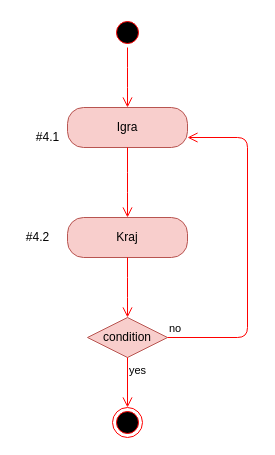
andjelapehar/Covjece-ne-ljuti-se keeps this draw.io diagram as page "Activity:Kraj igre" (6 of 6) of dijagram.drawio. Above is the earlier version. Source tidied: cells renumbered, new cells numbered last; positions are measured from the earlier drawing's top-left corner, leaving out a move shared by most shapes. Both pictures are drawn from the tidied source at 100%, with x=0, y=0 at pixel (17, 17).
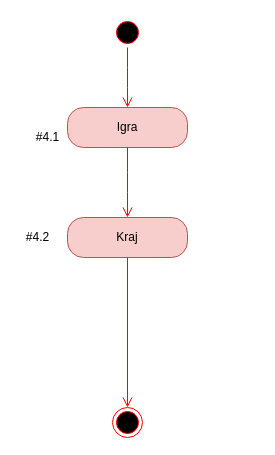
The same diagram, later.

The edit, as a diff of the source:
```diff
@@
 <mxGraphModel>
   <root>
     <mxCell id="0" />
     <mxCell id="1" parent="0" />
     <mxCell id="2" style="ellipse;html=1;shape=startState;fillColor=#000000;strokeColor=#ff0000;" parent="1" vertex="1">
       <mxGeometry x="95" width="30" height="30" as="geometry" />
     </mxCell>
     <mxCell id="3" style="edgeStyle=orthogonalEdgeStyle;html=1;verticalAlign=bottom;endArrow=open;endSize=8;strokeColor=#ff0000;" parent="1" edge="1" source="2">
       <mxGeometry relative="1" as="geometry">
         <mxPoint x="110" y="90" as="targetPoint" />
       </mxGeometry>
     </mxCell>
     <mxCell id="4" value="Igra" style="rounded=1;whiteSpace=wrap;html=1;arcSize=40;fillColor=#f8cecc;strokeColor=#b85450;" parent="1" vertex="1">
       <mxGeometry x="50" y="90" width="120" height="40" as="geometry" />
     </mxCell>
     <mxCell id="5" style="edgeStyle=orthogonalEdgeStyle;html=1;verticalAlign=bottom;endArrow=open;endSize=8;strokeColor=#ff0000;" parent="1" edge="1" source="4">
       <mxGeometry relative="1" as="geometry">
         <mxPoint x="110" y="200" as="targetPoint" />
       </mxGeometry>
     </mxCell>
     <mxCell id="6" style="ellipse;html=1;shape=endState;fillColor=#000000;strokeColor=#ff0000;" parent="1" vertex="1">
       <mxGeometry x="95" y="390" width="30" height="30" as="geometry" />
     </mxCell>
-    <mxCell id="7" value="condition" style="rhombus;whiteSpace=wrap;html=1;fillColor=#f8cecc;strokeColor=#b85450;" parent="1" vertex="1">
-      <mxGeometry x="70" y="300" width="80" height="40" as="geometry" />
-    </mxCell>
-    <mxCell id="8" value="no" style="edgeStyle=orthogonalEdgeStyle;html=1;align=left;verticalAlign=bottom;endArrow=open;endSize=8;strokeColor=#ff0000;entryX=1;entryY=0.75;entryDx=0;entryDy=0;" parent="1" edge="1" source="7" target="4">
-      <mxGeometry x="-1" relative="1" as="geometry">
-        <Array as="points">
-          <mxPoint x="230" y="320" />
-          <mxPoint x="230" y="120" />
-        </Array>
-      </mxGeometry>
-    </mxCell>
-    <mxCell id="9" value="yes" style="edgeStyle=orthogonalEdgeStyle;html=1;align=left;verticalAlign=top;endArrow=open;endSize=8;strokeColor=#ff0000;entryX=0.5;entryY=0;entryDx=0;entryDy=0;" parent="1" edge="1" source="7" target="6">
-      <mxGeometry x="-1" relative="1" as="geometry" />
-    </mxCell>
     <mxCell id="10" value="Kraj" style="rounded=1;whiteSpace=wrap;html=1;arcSize=40;fillColor=#f8cecc;strokeColor=#b85450;" parent="1" vertex="1">
       <mxGeometry x="50" y="200" width="120" height="40" as="geometry" />
     </mxCell>
-    <mxCell id="11" style="edgeStyle=orthogonalEdgeStyle;html=1;verticalAlign=bottom;endArrow=open;endSize=8;strokeColor=#ff0000;" parent="1" edge="1" source="10">
-      <mxGeometry relative="1" as="geometry">
-        <mxPoint x="110" y="300" as="targetPoint" />
-      </mxGeometry>
+    <mxCell id="11" style="edgeStyle=orthogonalEdgeStyle;html=1;verticalAlign=bottom;endArrow=open;endSize=8;strokeColor=#ff0000;entryX=0.5;entryY=0;entryDx=0;entryDy=0;" parent="1" edge="1" source="10" target="6">
+      <mxGeometry relative="1" as="geometry" />
     </mxCell>
     <mxCell id="12" value="#4.1" style="text;html=1;align=center;verticalAlign=middle;" parent="1" vertex="1">
       <mxGeometry x="10" y="110" width="40" height="20" as="geometry" />
     </mxCell>
     <mxCell id="13" value="#4.2" style="text;html=1;align=center;verticalAlign=middle;" parent="1" vertex="1">
       <mxGeometry y="210" width="40" height="20" as="geometry" />
     </mxCell>
   </root>
 </mxGraphModel>
```
